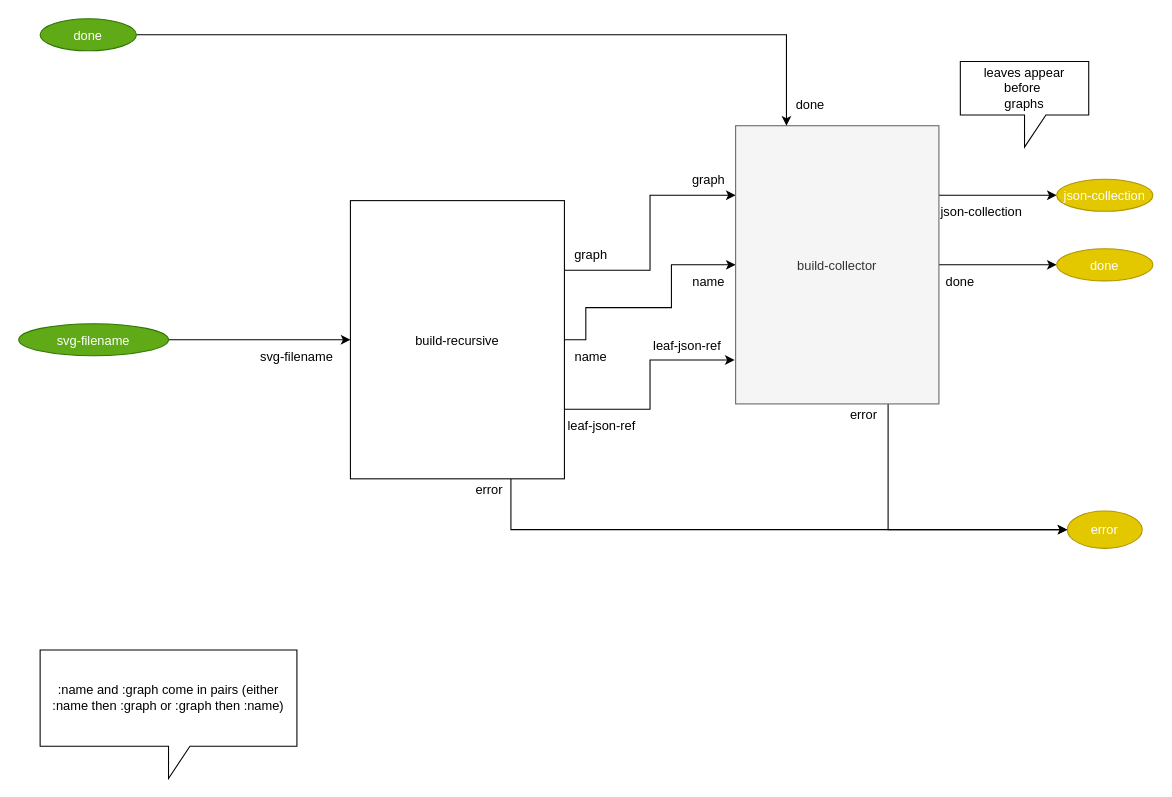
The draw.io diagram page "1. build" (2 of 5) of build_process/cl-build/build.drawio in bmfbp/bmfbp, before the edit. Source tidied: cells renumbered, new cells numbered last; positions are measured from the earlier drawing's top-left corner, leaving out a move shared by most shapes. Both pictures are drawn from the tidied source at 107%, with x=0, y=0 at pixel (18, 18).
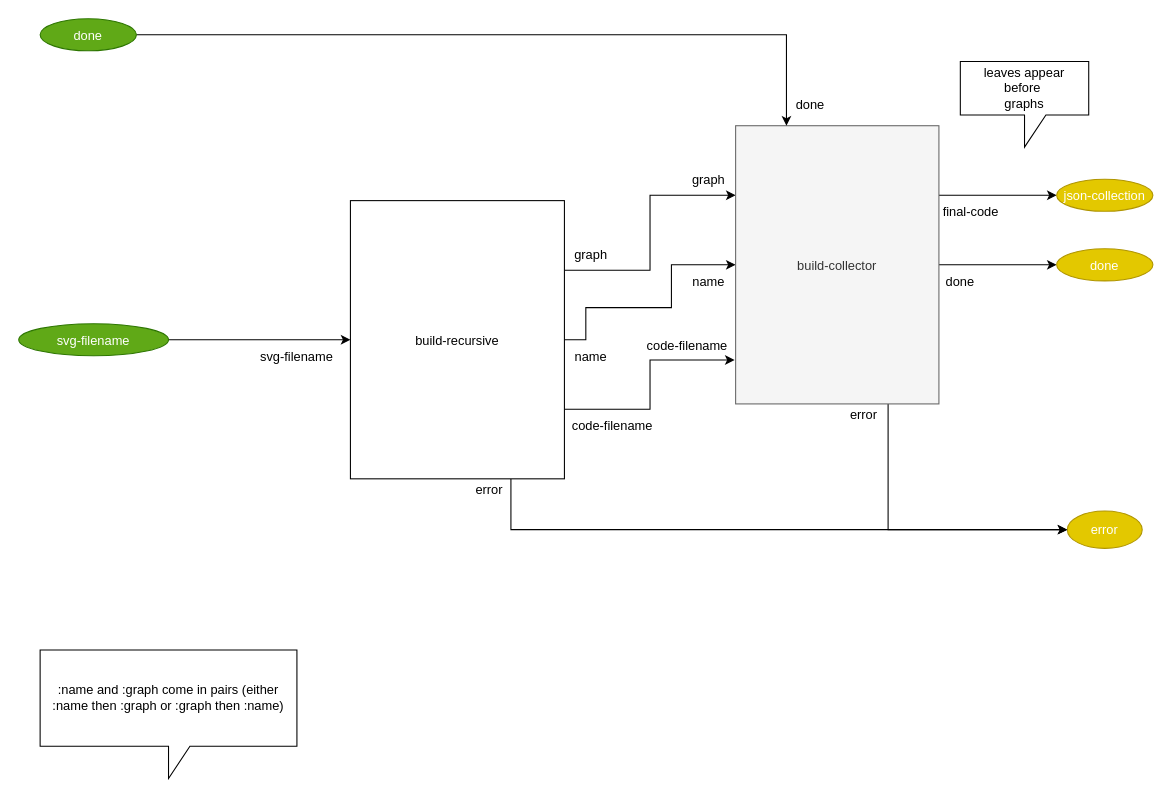
The same page after the edit.

The edit, as a diff of the source:
```diff
@@
-    <mxCell id="22" value="json-collection" style="text;strokeColor=none;fillColor=none;align=center;verticalAlign=middle;rounded=0;" parent="1" vertex="1">
-      <mxGeometry x="860" y="170" width="80" height="20" as="geometry" />
+    <mxCell id="22" value="final-code" style="text;strokeColor=none;fillColor=none;align=center;verticalAlign=middle;rounded=0;" parent="1" vertex="1">
+      <mxGeometry x="860" y="170" width="60" height="20" as="geometry" />
     </mxCell>
-    <mxCell id="23" value="leaf-json-ref" style="text;strokeColor=none;fillColor=none;align=center;verticalAlign=middle;rounded=0;" parent="1" vertex="1">
+    <mxCell id="23" value="code-filename" style="text;strokeColor=none;fillColor=none;align=center;verticalAlign=middle;rounded=0;" parent="1" vertex="1">
       <mxGeometry x="590" y="295" width="70" height="20" as="geometry" />
     </mxCell>
-    <mxCell id="24" value="leaf-json-ref" style="text;strokeColor=none;fillColor=none;align=center;verticalAlign=middle;rounded=0;" parent="1" vertex="1">
-      <mxGeometry x="510" y="370" width="70" height="20" as="geometry" />
+    <mxCell id="24" value="code-filename" style="text;strokeColor=none;fillColor=none;align=center;verticalAlign=middle;rounded=0;" parent="1" vertex="1">
+      <mxGeometry x="520" y="370" width="70" height="20" as="geometry" />
     </mxCell>
```
